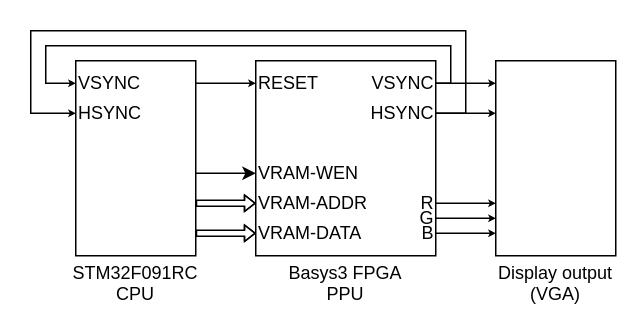
Earlier version of the draw.io diagram page "level-1" (1 of 3) of docs/ppu.drawio (lonkaars/avans-arcade). Source tidied: cells renumbered, new cells numbered last; positions are measured from the earlier drawing's top-left corner, leaving out a move shared by most shapes. Both pictures are drawn from the tidied source at 150%, with x=0, y=0 at pixel (30, 30).
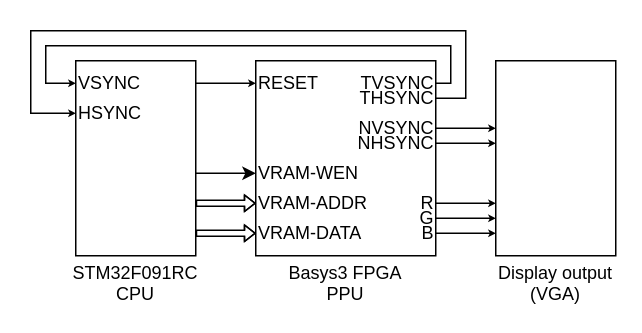
The same diagram, later.

Unchanged cells that the change refers to:
```xml
<mxCell id="3" value="Display output&lt;br&gt;(VGA)" style="rounded=0;whiteSpace=wrap;html=1;spacingLeft=-50;spacingRight=-50;spacing=0;labelPosition=center;verticalLabelPosition=bottom;align=center;verticalAlign=top;" parent="1" vertex="1">
  <mxGeometry x="310" y="20" width="80" height="130" as="geometry" />
</mxCell>
<mxCell id="8" value="VSYNC" style="text;html=1;strokeColor=none;fillColor=none;align=left;verticalAlign=middle;whiteSpace=wrap;rounded=0;spacing=0;spacingRight=0;spacingLeft=2;" parent="1" vertex="1">
  <mxGeometry x="30" y="30" height="10" as="geometry" />
</mxCell>
<mxCell id="9" value="HSYNC" style="text;html=1;strokeColor=none;fillColor=none;align=left;verticalAlign=middle;whiteSpace=wrap;rounded=0;spacing=0;spacingRight=0;spacingLeft=2;" parent="1" vertex="1">
  <mxGeometry x="30" y="50" height="10" as="geometry" />
</mxCell>
```

What changed in the source:
```diff
@@
-    <mxCell id="10" style="edgeStyle=orthogonalEdgeStyle;rounded=0;jettySize=auto;html=1;endSize=2;" parent="1" edge="1" source="12" target="3">
+    <mxCell id="10" style="edgeStyle=orthogonalEdgeStyle;rounded=0;jettySize=auto;html=1;endSize=2;exitX=0;exitY=0;exitDx=0;exitDy=0;" parent="1" edge="1" source="12" target="3">
       <mxGeometry relative="1" as="geometry">
         <Array as="points">
-          <mxPoint x="300" y="35" />
-          <mxPoint x="300" y="35" />
+          <mxPoint x="310" y="65" />
+          <mxPoint x="310" y="65" />
         </Array>
       </mxGeometry>
     </mxCell>
-    <mxCell id="11" style="edgeStyle=orthogonalEdgeStyle;rounded=0;jettySize=auto;html=1;entryX=0;entryY=0.5;entryDx=0;entryDy=0;endSize=2;" parent="1" edge="1" source="12" target="8">
+    <mxCell id="11" style="edgeStyle=orthogonalEdgeStyle;rounded=0;jettySize=auto;html=1;entryX=0;entryY=0.5;entryDx=0;entryDy=0;endSize=2;exitX=0;exitY=0;exitDx=0;exitDy=0;" parent="1" edge="1" source="30" target="8">
       <mxGeometry relative="1" as="geometry">
         <Array as="points">
           <mxPoint x="280" y="35" />
           <mxPoint x="280" y="10" />
           <mxPoint x="10" y="10" />
           <mxPoint x="10" y="35" />
         </Array>
       </mxGeometry>
     </mxCell>
-    <mxCell id="12" value="VSYNC" style="text;html=1;strokeColor=none;fillColor=none;align=right;verticalAlign=middle;whiteSpace=wrap;rounded=0;spacing=0;spacingRight=2;" parent="1" vertex="1">
-      <mxGeometry x="270" y="30" height="10" as="geometry" />
-    </mxCell>
-    <mxCell id="13" style="edgeStyle=orthogonalEdgeStyle;rounded=0;jettySize=auto;html=1;endSize=2;" parent="1" edge="1" source="15" target="3">
+    <mxCell id="13" style="edgeStyle=orthogonalEdgeStyle;rounded=0;jettySize=auto;html=1;endSize=2;exitX=0;exitY=0;exitDx=0;exitDy=0;" parent="1" edge="1" source="15" target="3">
       <mxGeometry relative="1" as="geometry">
         <Array as="points">
-          <mxPoint x="290" y="55" />
-          <mxPoint x="290" y="55" />
+          <mxPoint x="320" y="75" />
+          <mxPoint x="320" y="75" />
         </Array>
       </mxGeometry>
     </mxCell>
-    <mxCell id="14" style="edgeStyle=orthogonalEdgeStyle;rounded=0;jettySize=auto;html=1;entryX=0;entryY=0.5;entryDx=0;entryDy=0;endSize=2;" parent="1" edge="1" source="15" target="9">
+    <mxCell id="14" style="edgeStyle=orthogonalEdgeStyle;rounded=0;jettySize=auto;html=1;entryX=0;entryY=0.5;entryDx=0;entryDy=0;endSize=2;exitX=0;exitY=0;exitDx=0;exitDy=0;" parent="1" edge="1" source="31" target="9">
       <mxGeometry relative="1" as="geometry">
         <Array as="points">
-          <mxPoint x="290" y="55" />
+          <mxPoint x="290" y="45" />
           <mxPoint x="290" />
           <mxPoint />
           <mxPoint y="55" />
         </Array>
       </mxGeometry>
     </mxCell>
-    <mxCell id="15" value="HSYNC" style="text;html=1;strokeColor=none;fillColor=none;align=right;verticalAlign=middle;whiteSpace=wrap;rounded=0;spacing=0;spacingRight=2;" parent="1" vertex="1">
-      <mxGeometry x="270" y="50" height="10" as="geometry" />
-    </mxCell>
@@
+    <mxCell id="28" style="group;" parent="1" vertex="1">
+      <mxGeometry x="270" y="60" height="20" as="geometry" />
+    </mxCell>
+    <mxCell id="12" value="NVSYNC" style="text;html=1;strokeColor=none;fillColor=none;align=right;verticalAlign=middle;whiteSpace=wrap;rounded=0;spacing=0;spacingRight=2;" parent="28" vertex="1">
+      <mxGeometry height="10" as="geometry" />
+    </mxCell>
+    <mxCell id="15" value="NHSYNC" style="text;html=1;strokeColor=none;fillColor=none;align=right;verticalAlign=middle;whiteSpace=wrap;rounded=0;spacing=0;spacingRight=2;" parent="28" vertex="1">
+      <mxGeometry y="10" height="10" as="geometry" />
+    </mxCell>
+    <mxCell id="29" style="group;" parent="1" vertex="1">
+      <mxGeometry x="270" y="30" height="20" as="geometry" />
+    </mxCell>
+    <mxCell id="30" value="TVSYNC" style="text;html=1;strokeColor=none;fillColor=none;align=right;verticalAlign=middle;whiteSpace=wrap;rounded=0;spacing=0;spacingRight=2;" parent="29" vertex="1">
+      <mxGeometry height="10" as="geometry" />
+    </mxCell>
+    <mxCell id="31" value="THSYNC" style="text;html=1;strokeColor=none;fillColor=none;align=right;verticalAlign=middle;whiteSpace=wrap;rounded=0;spacing=0;spacingRight=2;" parent="29" vertex="1">
+      <mxGeometry y="10" height="10" as="geometry" />
+    </mxCell>
```
